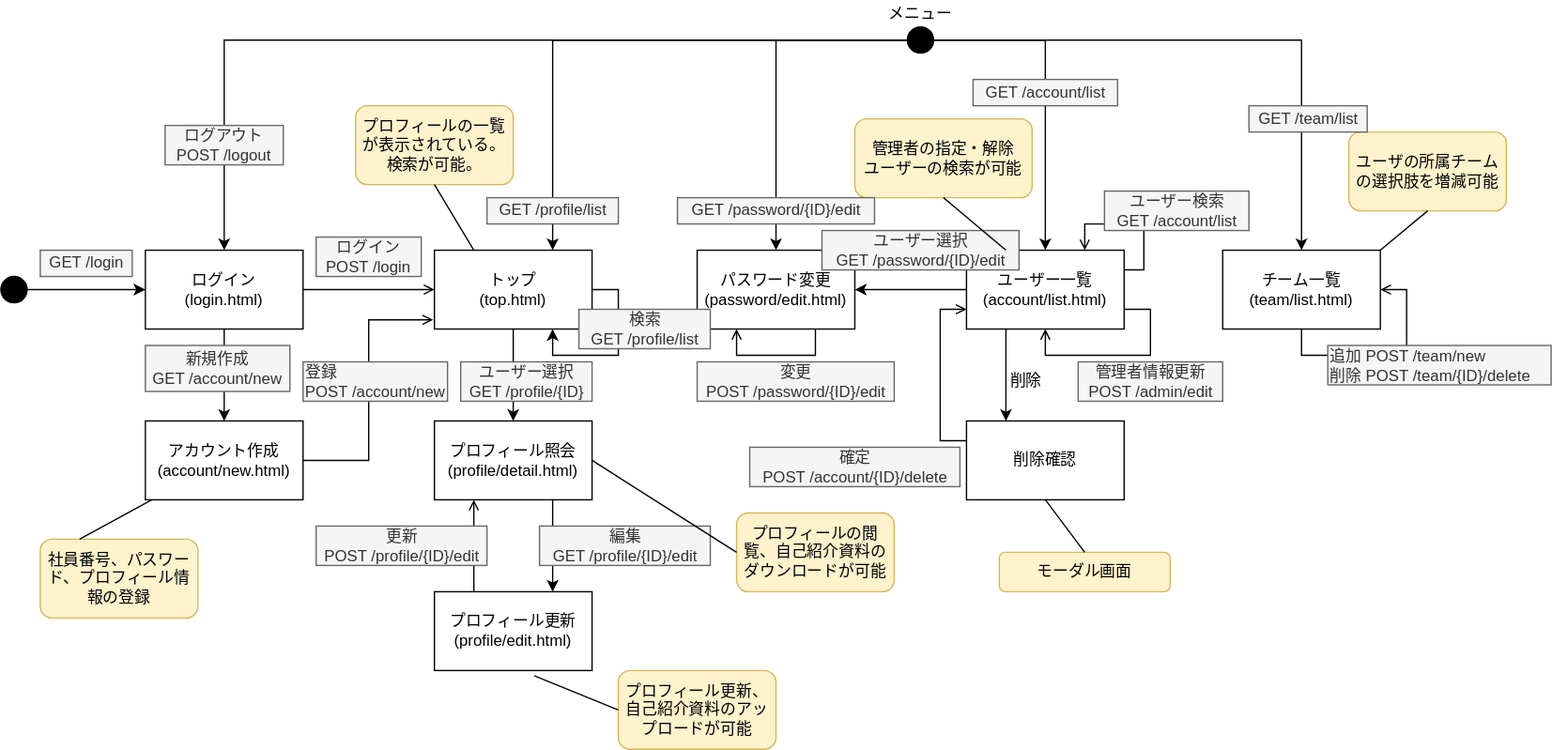
Before: doc/2_画面設計/1_画面遷移図.svg, a diagram exported from draw.io (tis-pb1-programing-club/album-web). Source tidied: cells renumbered, new cells last; positions are measured from the earlier drawing's top-left corner, leaving out a move shared by most shapes.
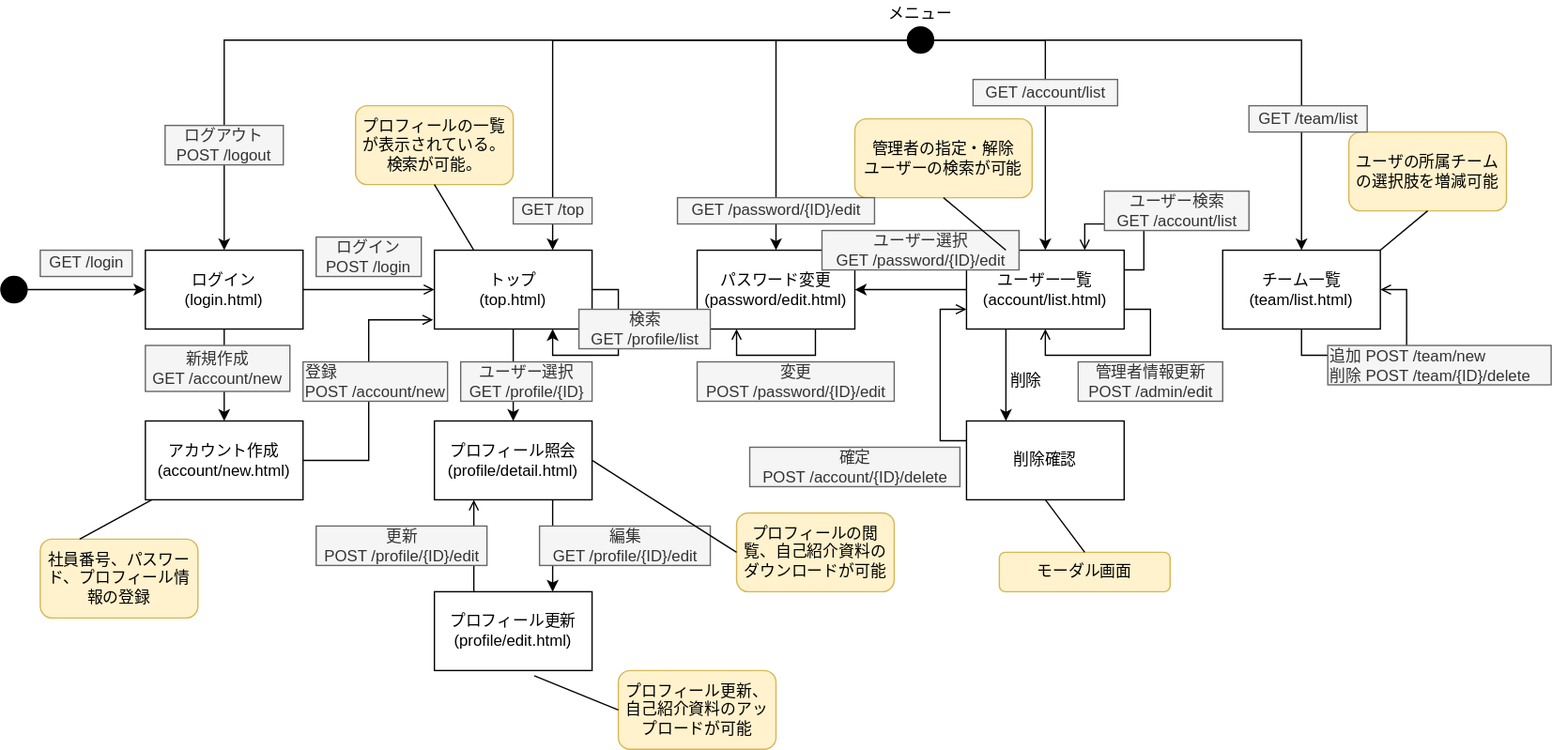
The same file after the commit.

Commit message:
トップ画面の初期表示のリクエストを修正

Diff of the diagram source:
```diff
@@ -199,8 +199,8 @@
     <mxCell id="64" value="GET /password/{ID}/edit" style="text;html=1;align=center;verticalAlign=middle;fillColor=#f5f5f5;strokeColor=#666666;fontColor=#333333;" parent="1" vertex="1">
       <mxGeometry x="515" y="150" width="150" height="20" as="geometry" />
     </mxCell>
-    <mxCell id="65" value="GET /profile/list" style="text;html=1;align=center;verticalAlign=middle;fillColor=#f5f5f5;strokeColor=#666666;fontColor=#333333;" parent="1" vertex="1">
-      <mxGeometry x="370" y="150" width="100" height="20" as="geometry" />
+    <mxCell id="65" value="GET /top" style="text;html=1;align=center;verticalAlign=middle;fillColor=#f5f5f5;strokeColor=#666666;fontColor=#333333;" parent="1" vertex="1">
+      <mxGeometry x="390" y="150" width="60" height="20" as="geometry" />
     </mxCell>
     <mxCell id="66" value="GET /account/list" style="text;html=1;align=center;verticalAlign=middle;fillColor=#f5f5f5;strokeColor=#666666;fontColor=#333333;" parent="1" vertex="1">
       <mxGeometry x="740" y="60" width="110" height="20" as="geometry" />
```
